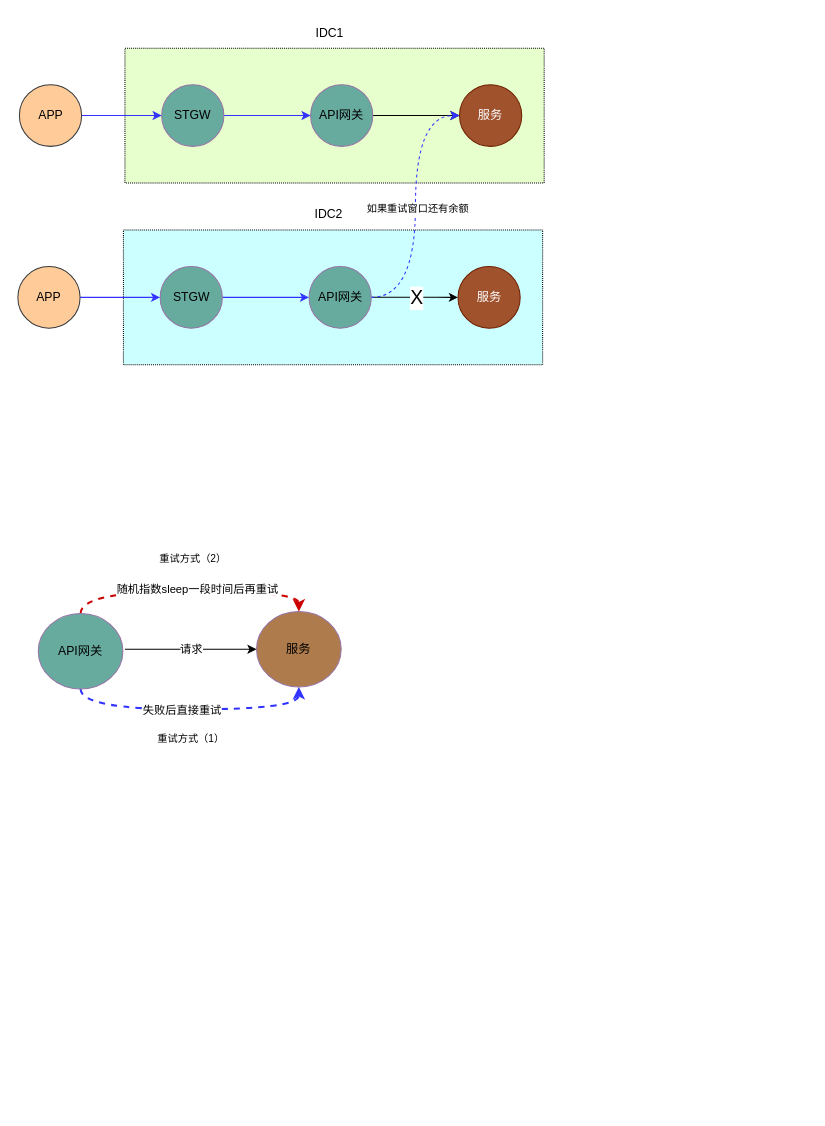
Before: page "网关" (1 of 17) of sidecar.drawio in xinguai/asmshare, a draw.io diagram. Source tidied: cells renumbered, new cells numbered last; positions are measured from the earlier drawing's top-left corner, leaving out a move shared by most shapes. Both pictures are drawn from the tidied source at 102%, with x=0, y=0 at pixel (17, 17). Pictures stored in the file or linked from it are replaced by grey dashed boxes.
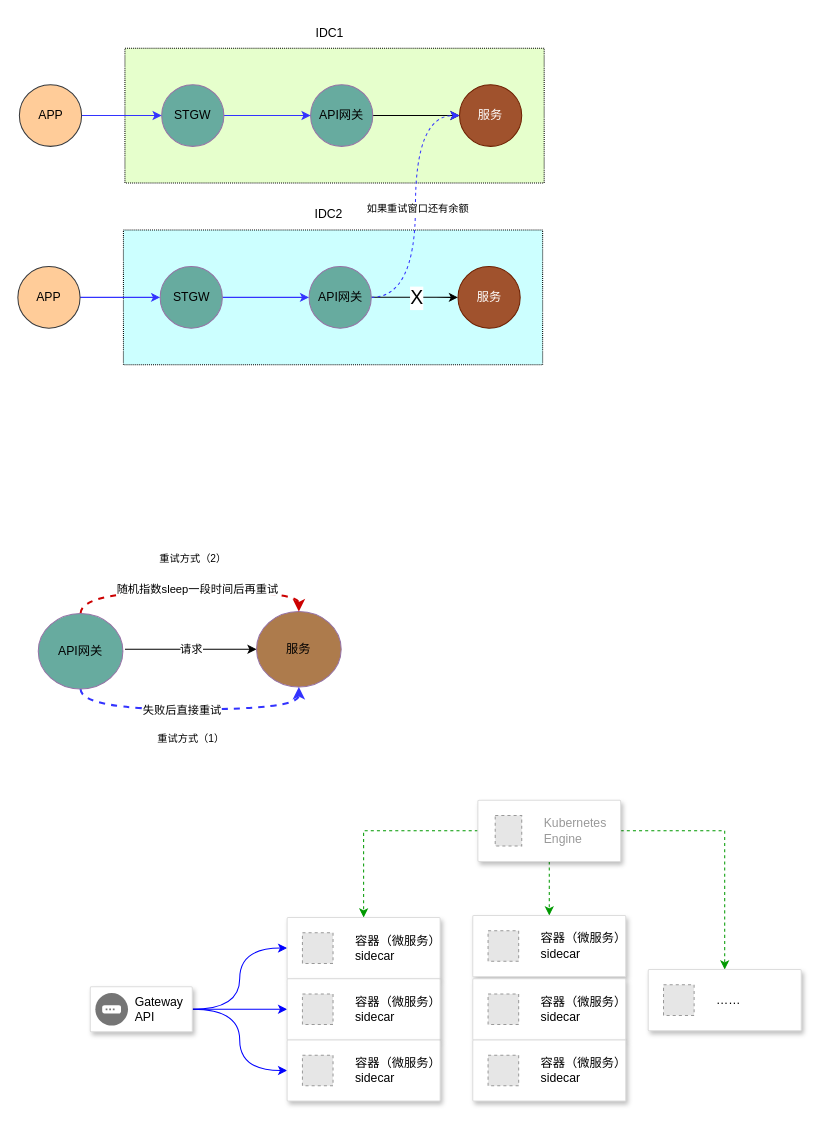
After the change.

The edit, as a diff of the source:
```diff
@@
+    <mxCell id="32" style="edgeStyle=orthogonalEdgeStyle;rounded=0;jettySize=auto;html=1;exitX=0;exitY=0.5;exitDx=0;exitDy=0;entryX=0.5;entryY=0;entryDx=0;entryDy=0;strokeColor=#009900;dashed=1;strokeWidth=1;" parent="1" edge="1" source="35" target="42">
+      <mxGeometry relative="1" as="geometry" />
+    </mxCell>
+    <mxCell id="33" style="edgeStyle=orthogonalEdgeStyle;rounded=0;jettySize=auto;html=1;exitX=0.5;exitY=1;exitDx=0;exitDy=0;entryX=0.5;entryY=0;entryDx=0;entryDy=0;strokeColor=#009900;dashed=1;" parent="1" edge="1" source="35" target="48">
+      <mxGeometry relative="1" as="geometry" />
+    </mxCell>
+    <mxCell id="34" style="edgeStyle=orthogonalEdgeStyle;rounded=0;jettySize=auto;html=1;exitX=1;exitY=0.5;exitDx=0;exitDy=0;entryX=0.5;entryY=0;entryDx=0;entryDy=0;strokeColor=#009900;dashed=1;" parent="1" edge="1" source="35" target="54">
+      <mxGeometry relative="1" as="geometry" />
+    </mxCell>
+    <mxCell id="35" style="strokeColor=#dddddd;shadow=1;strokeWidth=1;rounded=1;absoluteArcSize=1;arcSize=2;" parent="1" vertex="1">
+      <mxGeometry x="451" y="767" width="140" height="60" as="geometry" />
+    </mxCell>
+    <mxCell id="36" value="Kubernetes&#10;Engine" style="fillColor=#E6E6E6;strokeColor=#999999;dashed=1;html=1;fontColor=#999999;verticalLabelPosition=middle;verticalAlign=middle;labelPosition=right;align=left;spacingLeft=20;" parent="35" vertex="1">
+      <mxGeometry width="26" height="30" relative="1" as="geometry">
+        <mxPoint x="17" y="15" as="offset" />
+      </mxGeometry>
+    </mxCell>
+    <mxCell id="37" style="edgeStyle=orthogonalEdgeStyle;rounded=0;jettySize=auto;html=1;exitX=1;exitY=0.5;exitDx=0;exitDy=0;entryX=0;entryY=0.5;entryDx=0;entryDy=0;strokeColor=#0000FF;" parent="1" edge="1" source="40" target="44">
+      <mxGeometry relative="1" as="geometry" />
+    </mxCell>
+    <mxCell id="38" style="edgeStyle=orthogonalEdgeStyle;curved=1;rounded=0;jettySize=auto;html=1;exitX=1;exitY=0.5;exitDx=0;exitDy=0;entryX=0;entryY=0.5;entryDx=0;entryDy=0;strokeColor=#0000FF;" parent="1" edge="1" source="40" target="42">
+      <mxGeometry relative="1" as="geometry" />
+    </mxCell>
+    <mxCell id="39" style="edgeStyle=orthogonalEdgeStyle;curved=1;rounded=0;jettySize=auto;html=1;exitX=1;exitY=0.5;exitDx=0;exitDy=0;entryX=0;entryY=0.5;entryDx=0;entryDy=0;strokeColor=#0000FF;" parent="1" edge="1" source="40" target="46">
+      <mxGeometry relative="1" as="geometry" />
+    </mxCell>
+    <mxCell id="40" style="strokeColor=#dddddd;shadow=1;strokeWidth=1;rounded=1;absoluteArcSize=1;arcSize=2;" parent="1" vertex="1">
+      <mxGeometry x="71" y="950" width="100" height="44" as="geometry" />
+    </mxCell>
+    <mxCell id="41" value="Gateway&lt;div&gt;API&lt;/div&gt;" style="sketch=0;dashed=0;html=1;fillColor=#757575;strokeColor=none;shape=mxgraph.gcp2.gateway;labelPosition=right;verticalLabelPosition=middle;align=left;verticalAlign=middle;spacingLeft=5;fontSize=12;" parent="40" vertex="1">
+      <mxGeometry y="0.5" width="32" height="32" relative="1" as="geometry">
+        <mxPoint x="5" y="-16" as="offset" />
+      </mxGeometry>
+    </mxCell>
+    <mxCell id="42" style="strokeColor=#dddddd;shadow=1;strokeWidth=1;rounded=1;absoluteArcSize=1;arcSize=2;" parent="1" vertex="1">
+      <mxGeometry x="264" y="882" width="150" height="60" as="geometry" />
+    </mxCell>
+    <mxCell id="43" value="&lt;font color=&quot;#000000&quot;&gt;容器（微服务）&lt;/font&gt;&lt;div&gt;&lt;font color=&quot;#000000&quot;&gt;sidecar&lt;/font&gt;&lt;/div&gt;" style="fillColor=#E6E6E6;strokeColor=#999999;dashed=1;html=1;fontColor=#999999;verticalLabelPosition=middle;verticalAlign=middle;labelPosition=right;align=left;spacingLeft=20;" parent="42" vertex="1">
+      <mxGeometry width="30" height="30" relative="1" as="geometry">
+        <mxPoint x="15" y="15" as="offset" />
+      </mxGeometry>
+    </mxCell>
+    <mxCell id="44" style="strokeColor=#dddddd;shadow=1;strokeWidth=1;rounded=1;absoluteArcSize=1;arcSize=2;" parent="1" vertex="1">
+      <mxGeometry x="264" y="942" width="150" height="60" as="geometry" />
+    </mxCell>
+    <mxCell id="45" value="&lt;font color=&quot;#000000&quot;&gt;容器（微服务）&lt;/font&gt;&lt;div&gt;&lt;font color=&quot;#000000&quot;&gt;sidecar&lt;/font&gt;&lt;/div&gt;" style="fillColor=#E6E6E6;strokeColor=#999999;dashed=1;html=1;fontColor=#999999;verticalLabelPosition=middle;verticalAlign=middle;labelPosition=right;align=left;spacingLeft=20;" parent="44" vertex="1">
+      <mxGeometry width="30" height="30" relative="1" as="geometry">
+        <mxPoint x="15" y="15" as="offset" />
+      </mxGeometry>
+    </mxCell>
+    <mxCell id="46" style="strokeColor=#dddddd;shadow=1;strokeWidth=1;rounded=1;absoluteArcSize=1;arcSize=2;" parent="1" vertex="1">
+      <mxGeometry x="264" y="1002" width="150" height="60" as="geometry" />
+    </mxCell>
+    <mxCell id="47" value="&lt;font color=&quot;#000000&quot;&gt;容器（微服务）&lt;/font&gt;&lt;div&gt;&lt;font color=&quot;#000000&quot;&gt;sidecar&lt;/font&gt;&lt;/div&gt;" style="fillColor=#E6E6E6;strokeColor=#999999;dashed=1;html=1;fontColor=#999999;verticalLabelPosition=middle;verticalAlign=middle;labelPosition=right;align=left;spacingLeft=20;" parent="46" vertex="1">
+      <mxGeometry width="30" height="30" relative="1" as="geometry">
+        <mxPoint x="15" y="15" as="offset" />
+      </mxGeometry>
+    </mxCell>
+    <mxCell id="48" style="strokeColor=#dddddd;shadow=1;strokeWidth=1;rounded=1;absoluteArcSize=1;arcSize=2;" parent="1" vertex="1">
+      <mxGeometry x="446" y="880" width="150" height="60" as="geometry" />
+    </mxCell>
+    <mxCell id="49" value="&lt;font color=&quot;#000000&quot;&gt;容器（微服务）&lt;/font&gt;&lt;div&gt;&lt;font color=&quot;#000000&quot;&gt;sidecar&lt;/font&gt;&lt;/div&gt;" style="fillColor=#E6E6E6;strokeColor=#999999;dashed=1;html=1;fontColor=#999999;verticalLabelPosition=middle;verticalAlign=middle;labelPosition=right;align=left;spacingLeft=20;" parent="48" vertex="1">
+      <mxGeometry width="30" height="30" relative="1" as="geometry">
+        <mxPoint x="15" y="15" as="offset" />
+      </mxGeometry>
+    </mxCell>
+    <mxCell id="50" style="strokeColor=#dddddd;shadow=1;strokeWidth=1;rounded=1;absoluteArcSize=1;arcSize=2;" parent="1" vertex="1">
+      <mxGeometry x="446" y="942" width="150" height="60" as="geometry" />
+    </mxCell>
+    <mxCell id="51" value="&lt;font color=&quot;#000000&quot;&gt;容器（微服务）&lt;/font&gt;&lt;div&gt;&lt;font color=&quot;#000000&quot;&gt;sidecar&lt;/font&gt;&lt;/div&gt;" style="fillColor=#E6E6E6;strokeColor=#999999;dashed=1;html=1;fontColor=#999999;verticalLabelPosition=middle;verticalAlign=middle;labelPosition=right;align=left;spacingLeft=20;" parent="50" vertex="1">
+      <mxGeometry width="30" height="30" relative="1" as="geometry">
+        <mxPoint x="15" y="15" as="offset" />
+      </mxGeometry>
+    </mxCell>
+    <mxCell id="52" style="strokeColor=#dddddd;shadow=1;strokeWidth=1;rounded=1;absoluteArcSize=1;arcSize=2;" parent="1" vertex="1">
+      <mxGeometry x="446" y="1002" width="150" height="60" as="geometry" />
+    </mxCell>
+    <mxCell id="53" value="&lt;font color=&quot;#000000&quot;&gt;容器（微服务）&lt;/font&gt;&lt;div&gt;&lt;font color=&quot;#000000&quot;&gt;sidecar&lt;/font&gt;&lt;/div&gt;" style="fillColor=#E6E6E6;strokeColor=#999999;dashed=1;html=1;fontColor=#999999;verticalLabelPosition=middle;verticalAlign=middle;labelPosition=right;align=left;spacingLeft=20;" parent="52" vertex="1">
+      <mxGeometry width="30" height="30" relative="1" as="geometry">
+        <mxPoint x="15" y="15" as="offset" />
+      </mxGeometry>
+    </mxCell>
+    <mxCell id="54" style="strokeColor=#dddddd;shadow=1;strokeWidth=1;rounded=1;absoluteArcSize=1;arcSize=2;" parent="1" vertex="1">
+      <mxGeometry x="618" y="933" width="150" height="60" as="geometry" />
+    </mxCell>
+    <mxCell id="55" value="&lt;font color=&quot;#000000&quot;&gt;……&lt;/font&gt;" style="fillColor=#E6E6E6;strokeColor=#999999;dashed=1;html=1;fontColor=#999999;verticalLabelPosition=middle;verticalAlign=middle;labelPosition=right;align=left;spacingLeft=20;" parent="54" vertex="1">
+      <mxGeometry width="30" height="30" relative="1" as="geometry">
+        <mxPoint x="15" y="15" as="offset" />
+      </mxGeometry>
+    </mxCell>
```
